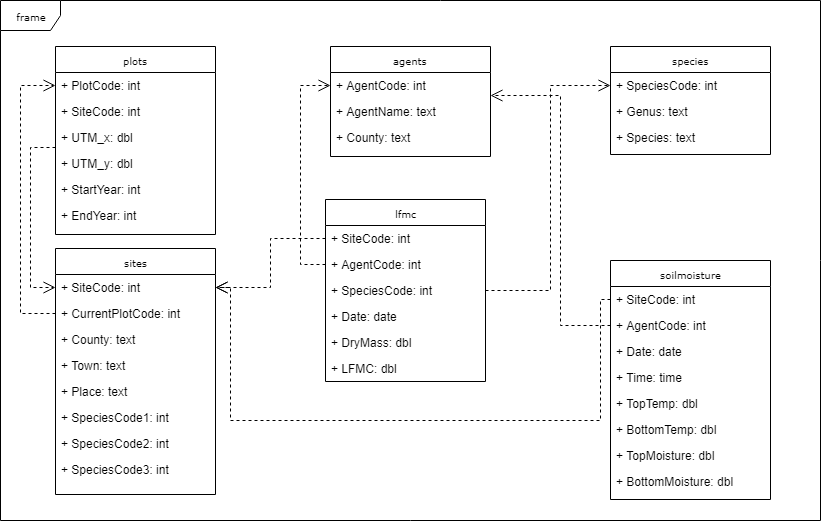
The draw.io diagram LFMC.png in spif-ctfc/LFMC, before a commit. Source tidied: cells renumbered, new cells last; positions are measured from the earlier drawing's top-left corner, leaving out a move shared by most shapes.
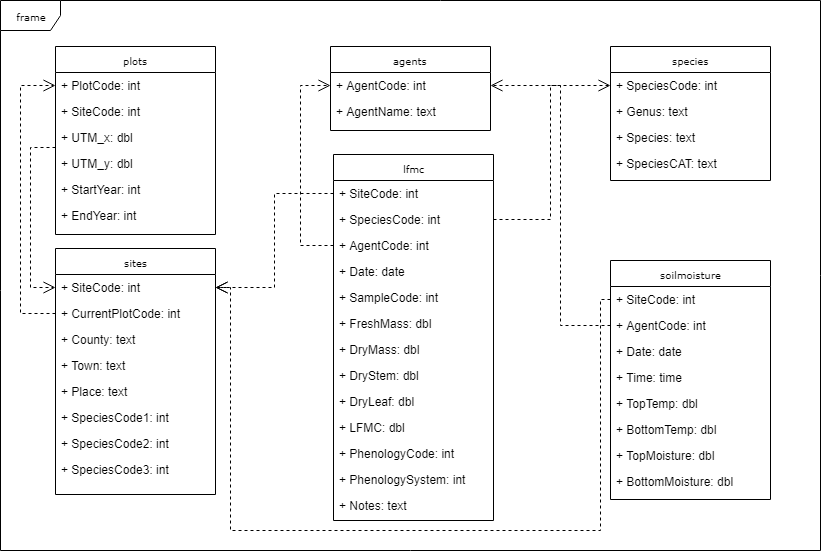
The same diagram one commit later.

Commit message:
parse LFMC

Diff of the diagram source:
```diff
@@ -3,34 +3,55 @@
     <mxCell id="0" />
     <mxCell id="1" parent="0" />
     <mxCell id="2" value="frame" style="shape=umlFrame;whiteSpace=wrap;html=1;rounded=0;shadow=0;comic=0;labelBackgroundColor=none;strokeColor=#000000;strokeWidth=1;fillColor=#ffffff;fontFamily=Verdana;fontSize=10;fontColor=#000000;align=center;" parent="1" vertex="1">
-      <mxGeometry width="820" height="520" as="geometry" />
+      <mxGeometry width="820" height="550" as="geometry" />
     </mxCell>
     <mxCell id="3" style="edgeStyle=orthogonalEdgeStyle;rounded=0;html=1;dashed=1;labelBackgroundColor=none;startFill=0;endArrow=open;endFill=0;endSize=10;fontFamily=Verdana;fontSize=10;" parent="1" edge="1" source="5" target="16">
       <mxGeometry relative="1" as="geometry" />
     </mxCell>
     <mxCell id="4" value="lfmc" style="swimlane;html=1;fontStyle=0;horizontal=1;startSize=26;fillColor=none;swimlaneFillColor=#ffffff;rounded=0;shadow=0;comic=0;labelBackgroundColor=none;strokeColor=#000000;strokeWidth=1;fontFamily=Verdana;fontSize=10;fontColor=#000000;align=center;" parent="1" vertex="1">
-      <mxGeometry x="325" y="199" width="160" height="182" as="geometry" />
+      <mxGeometry x="333" y="154" width="160" height="366" as="geometry" />
     </mxCell>
     <mxCell id="5" value="+ SiteCode: int" style="text;html=1;strokeColor=none;fillColor=none;align=left;verticalAlign=top;spacingLeft=4;spacingRight=4;whiteSpace=wrap;overflow=hidden;points=[[0,0.5],[1,0.5]];portConstraint=eastwest;" parent="4" vertex="1">
       <mxGeometry y="26" width="160" height="26" as="geometry" />
     </mxCell>
+    <mxCell id="7" value="+ SpeciesCode: int" style="text;html=1;strokeColor=none;fillColor=none;align=left;verticalAlign=top;spacingLeft=4;spacingRight=4;whiteSpace=wrap;overflow=hidden;points=[[0,0.5],[1,0.5]];portConstraint=eastwest;" parent="4" vertex="1">
+      <mxGeometry y="52" width="160" height="26" as="geometry" />
+    </mxCell>
     <mxCell id="6" value="+ AgentCode: int" style="text;html=1;strokeColor=none;fillColor=none;align=left;verticalAlign=top;spacingLeft=4;spacingRight=4;whiteSpace=wrap;overflow=hidden;points=[[0,0.5],[1,0.5]];portConstraint=eastwest;" parent="4" vertex="1">
-      <mxGeometry y="52" width="160" height="26" as="geometry" />
+      <mxGeometry y="78" width="160" height="26" as="geometry" />
     </mxCell>
-    <mxCell id="7" value="+ SpeciesCode: int" style="text;html=1;strokeColor=none;fillColor=none;align=left;verticalAlign=top;spacingLeft=4;spacingRight=4;whiteSpace=wrap;overflow=hidden;points=[[0,0.5],[1,0.5]];portConstraint=eastwest;" parent="4" vertex="1">
-      <mxGeometry y="78" width="160" height="26" as="geometry" />
-    </mxCell>
     <mxCell id="8" value="+ Date: date" style="text;html=1;strokeColor=none;fillColor=none;align=left;verticalAlign=top;spacingLeft=4;spacingRight=4;whiteSpace=wrap;overflow=hidden;" parent="4" vertex="1">
       <mxGeometry y="104" width="160" height="26" as="geometry" />
     </mxCell>
+    <mxCell id="50" value="+ SampleCode: int" style="text;html=1;strokeColor=none;fillColor=none;align=left;verticalAlign=top;spacingLeft=4;spacingRight=4;whiteSpace=wrap;overflow=hidden;" parent="4" vertex="1">
+      <mxGeometry y="130" width="160" height="26" as="geometry" />
+    </mxCell>
+    <mxCell id="51" value="+ FreshMass: dbl" style="text;html=1;strokeColor=none;fillColor=none;align=left;verticalAlign=top;spacingLeft=4;spacingRight=4;whiteSpace=wrap;overflow=hidden;" parent="4" vertex="1">
+      <mxGeometry y="156" width="160" height="26" as="geometry" />
+    </mxCell>
     <mxCell id="9" value="+ DryMass: dbl" style="text;html=1;strokeColor=none;fillColor=none;align=left;verticalAlign=top;spacingLeft=4;spacingRight=4;whiteSpace=wrap;overflow=hidden;" parent="4" vertex="1">
-      <mxGeometry y="130" width="160" height="26" as="geometry" />
+      <mxGeometry y="182" width="160" height="26" as="geometry" />
     </mxCell>
+    <mxCell id="52" value="&lt;div&gt;+ DryStem: dbl&lt;br&gt;&lt;/div&gt;" style="text;html=1;strokeColor=none;fillColor=none;align=left;verticalAlign=top;spacingLeft=4;spacingRight=4;whiteSpace=wrap;overflow=hidden;" parent="4" vertex="1">
+      <mxGeometry y="208" width="160" height="26" as="geometry" />
+    </mxCell>
+    <mxCell id="53" value="&lt;div&gt;+ DryLeaf: dbl&lt;br&gt;&lt;/div&gt;" style="text;html=1;strokeColor=none;fillColor=none;align=left;verticalAlign=top;spacingLeft=4;spacingRight=4;whiteSpace=wrap;overflow=hidden;" parent="4" vertex="1">
+      <mxGeometry y="234" width="160" height="26" as="geometry" />
+    </mxCell>
     <mxCell id="10" value="+ LFMC: dbl" style="text;html=1;strokeColor=none;fillColor=none;align=left;verticalAlign=top;spacingLeft=4;spacingRight=4;whiteSpace=wrap;overflow=hidden;" parent="4" vertex="1">
-      <mxGeometry y="156" width="160" height="26" as="geometry" />
+      <mxGeometry y="260" width="160" height="26" as="geometry" />
     </mxCell>
+    <mxCell id="54" value="&lt;div&gt;+ PhenologyCode: int&lt;br&gt;&lt;/div&gt;&amp;nbsp;" style="text;html=1;strokeColor=none;fillColor=none;align=left;verticalAlign=top;spacingLeft=4;spacingRight=4;whiteSpace=wrap;overflow=hidden;" parent="4" vertex="1">
+      <mxGeometry y="286" width="160" height="26" as="geometry" />
+    </mxCell>
+    <mxCell id="55" value="&lt;div&gt;+ PhenologySystem: int&lt;br&gt;&lt;/div&gt;&amp;nbsp;" style="text;html=1;strokeColor=none;fillColor=none;align=left;verticalAlign=top;spacingLeft=4;spacingRight=4;whiteSpace=wrap;overflow=hidden;" parent="4" vertex="1">
+      <mxGeometry y="312" width="160" height="26" as="geometry" />
+    </mxCell>
+    <mxCell id="56" value="&lt;div&gt;+ Notes: text&lt;br&gt;&lt;/div&gt;&amp;nbsp;" style="text;html=1;strokeColor=none;fillColor=none;align=left;verticalAlign=top;spacingLeft=4;spacingRight=4;whiteSpace=wrap;overflow=hidden;" parent="4" vertex="1">
+      <mxGeometry y="338" width="160" height="26" as="geometry" />
+    </mxCell>
     <mxCell id="11" value="agents" style="swimlane;html=1;fontStyle=0;horizontal=1;startSize=26;fillColor=none;swimlaneFillColor=#ffffff;rounded=0;shadow=0;comic=0;labelBackgroundColor=none;strokeColor=#000000;strokeWidth=1;fontFamily=Verdana;fontSize=10;fontColor=#000000;align=center;" parent="1" vertex="1">
-      <mxGeometry x="330" y="46" width="160" height="110" as="geometry" />
+      <mxGeometry x="330" y="46" width="160" height="84" as="geometry" />
     </mxCell>
     <mxCell id="12" value="+ AgentCode: int" style="text;html=1;strokeColor=none;fillColor=none;align=left;verticalAlign=top;spacingLeft=4;spacingRight=4;whiteSpace=wrap;overflow=hidden;points=[[0,0.5],[1,0.5]];portConstraint=eastwest;" parent="11" vertex="1">
       <mxGeometry y="26" width="160" height="26" as="geometry" />
@@ -38,9 +59,6 @@
     <mxCell id="13" value="+ AgentName: text" style="text;html=1;strokeColor=none;fillColor=none;align=left;verticalAlign=top;spacingLeft=4;spacingRight=4;whiteSpace=wrap;overflow=hidden;" parent="11" vertex="1">
       <mxGeometry y="52" width="160" height="26" as="geometry" />
     </mxCell>
-    <mxCell id="14" value="+ County: text" style="text;html=1;strokeColor=none;fillColor=none;align=left;verticalAlign=top;spacingLeft=4;spacingRight=4;whiteSpace=wrap;overflow=hidden;" parent="11" vertex="1">
-      <mxGeometry y="78" width="160" height="26" as="geometry" />
-    </mxCell>
     <mxCell id="15" value="sites" style="swimlane;html=1;fontStyle=0;horizontal=1;startSize=26;fillColor=none;swimlaneFillColor=#ffffff;rounded=0;shadow=0;comic=0;labelBackgroundColor=none;strokeColor=#000000;strokeWidth=1;fontFamily=Verdana;fontSize=10;fontColor=#000000;align=center;" parent="1" vertex="1">
       <mxGeometry x="55" y="248" width="160" height="246" as="geometry" />
     </mxCell>
@@ -66,7 +84,7 @@
       <mxGeometry y="182" width="160" height="26" as="geometry" />
     </mxCell>
     <mxCell id="23" value="species" style="swimlane;html=1;fontStyle=0;horizontal=1;startSize=26;fillColor=none;swimlaneFillColor=#ffffff;rounded=0;shadow=0;comic=0;labelBackgroundColor=none;strokeColor=#000000;strokeWidth=1;fontFamily=Verdana;fontSize=10;fontColor=#000000;align=center;" parent="1" vertex="1">
-      <mxGeometry x="610" y="46" width="160" height="108" as="geometry" />
+      <mxGeometry x="610" y="46" width="160" height="134" as="geometry" />
     </mxCell>
     <mxCell id="24" value="+ SpeciesCode: int" style="text;html=1;strokeColor=none;fillColor=none;align=left;verticalAlign=top;spacingLeft=4;spacingRight=4;whiteSpace=wrap;overflow=hidden;points=[[0,0.5],[1,0.5]];portConstraint=eastwest;" parent="23" vertex="1">
       <mxGeometry y="26" width="160" height="26" as="geometry" />
@@ -77,6 +95,9 @@
     <mxCell id="26" value="+ Species: text" style="text;html=1;strokeColor=none;fillColor=none;align=left;verticalAlign=top;spacingLeft=4;spacingRight=4;whiteSpace=wrap;overflow=hidden;" parent="23" vertex="1">
       <mxGeometry y="78" width="160" height="26" as="geometry" />
     </mxCell>
+    <mxCell id="57" value="+ SpeciesCAT: text" style="text;html=1;strokeColor=none;fillColor=none;align=left;verticalAlign=top;spacingLeft=4;spacingRight=4;whiteSpace=wrap;overflow=hidden;" parent="23" vertex="1">
+      <mxGeometry y="104" width="160" height="26" as="geometry" />
+    </mxCell>
     <mxCell id="27" value="plots" style="swimlane;html=1;fontStyle=0;horizontal=1;startSize=26;fillColor=none;swimlaneFillColor=#ffffff;rounded=0;shadow=0;comic=0;labelBackgroundColor=none;strokeColor=#000000;strokeWidth=1;fontFamily=Verdana;fontSize=10;fontColor=#000000;align=center;" parent="1" vertex="1">
       <mxGeometry x="55" y="46" width="160" height="188" as="geometry" />
     </mxCell>
@@ -117,15 +138,15 @@
     <mxCell id="36" style="edgeStyle=orthogonalEdgeStyle;rounded=0;html=1;dashed=1;labelBackgroundColor=none;startFill=0;endArrow=open;endFill=0;endSize=10;fontFamily=Verdana;fontSize=10;exitX=0;exitY=0.5;exitDx=0;exitDy=0;entryX=0;entryY=0.5;entryDx=0;entryDy=0;" parent="1" edge="1" source="6" target="12">
       <mxGeometry relative="1" as="geometry">
         <Array as="points">
-          <mxPoint x="300" y="264" />
+          <mxPoint x="300" y="245" />
           <mxPoint x="300" y="85" />
         </Array>
       </mxGeometry>
     </mxCell>
-    <mxCell id="37" style="edgeStyle=orthogonalEdgeStyle;rounded=0;html=1;dashed=1;labelBackgroundColor=none;startFill=0;endArrow=open;endFill=0;endSize=10;fontFamily=Verdana;fontSize=10;entryX=0;entryY=0.5;entryDx=0;entryDy=0;" parent="1" edge="1" source="7" target="24">
+    <mxCell id="37" style="edgeStyle=orthogonalEdgeStyle;rounded=0;html=1;dashed=1;labelBackgroundColor=none;startFill=0;endArrow=open;endFill=0;endSize=10;fontFamily=Verdana;fontSize=10;entryX=0;entryY=0.5;entryDx=0;entryDy=0;exitX=1;exitY=0.5;exitDx=0;exitDy=0;" parent="1" edge="1" source="7" target="24">
       <mxGeometry relative="1" as="geometry">
         <Array as="points">
-          <mxPoint x="550" y="290" />
+          <mxPoint x="550" y="219" />
           <mxPoint x="550" y="85" />
         </Array>
       </mxGeometry>
@@ -164,17 +185,17 @@
       <mxGeometry relative="1" as="geometry">
         <Array as="points">
           <mxPoint x="600" y="299" />
-          <mxPoint x="600" y="420" />
-          <mxPoint x="230" y="420" />
+          <mxPoint x="600" y="530" />
+          <mxPoint x="230" y="530" />
           <mxPoint x="230" y="287" />
         </Array>
       </mxGeometry>
     </mxCell>
-    <mxCell id="49" style="edgeStyle=orthogonalEdgeStyle;rounded=0;html=1;dashed=1;labelBackgroundColor=none;startFill=0;endArrow=open;endFill=0;endSize=10;fontFamily=Verdana;fontSize=10;exitX=0;exitY=0.5;exitDx=0;exitDy=0;" parent="1" edge="1" source="41" target="12">
+    <mxCell id="49" style="edgeStyle=orthogonalEdgeStyle;rounded=0;html=1;dashed=1;labelBackgroundColor=none;startFill=0;endArrow=open;endFill=0;endSize=10;fontFamily=Verdana;fontSize=10;exitX=0;exitY=0.5;exitDx=0;exitDy=0;entryX=1;entryY=0.5;entryDx=0;entryDy=0;" parent="1" edge="1" source="41" target="12">
       <mxGeometry relative="1" as="geometry">
         <Array as="points">
           <mxPoint x="560" y="325" />
-          <mxPoint x="560" y="95" />
+          <mxPoint x="560" y="85" />
         </Array>
       </mxGeometry>
     </mxCell>
```
